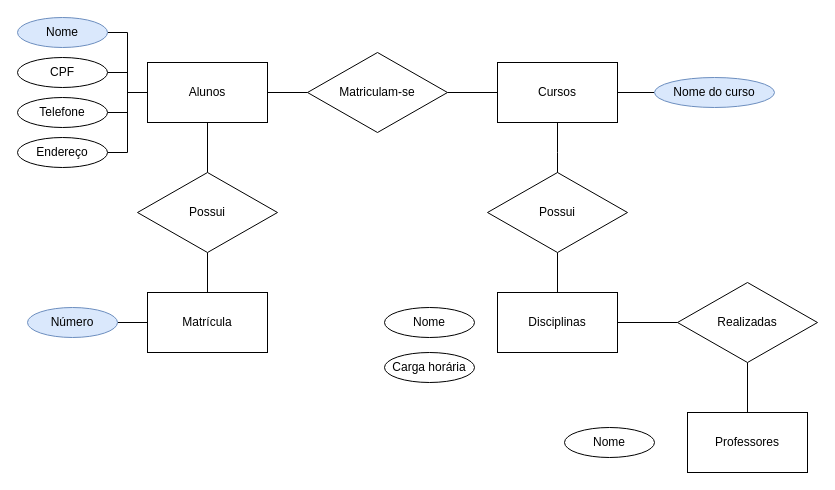
Earlier version of the draw.io diagram exercicio29-08.drawio (jruckl/exercicios_bancodedados1). Source tidied: cells renumbered, new cells numbered last; positions are measured from the earlier drawing's top-left corner, leaving out a move shared by most shapes. Both pictures are drawn from the tidied source at 100%, with x=0, y=0 at pixel (17, 17).
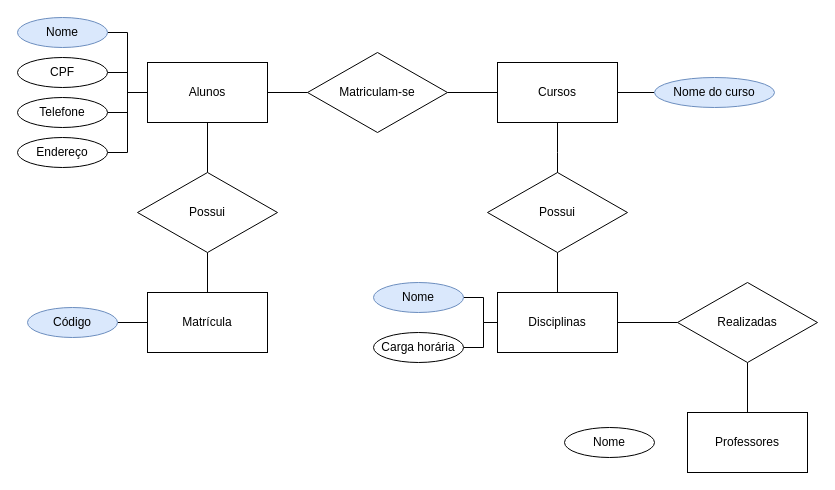
The same page after the edit.

Unchanged cells that the change refers to:
```xml
<mxCell id="10" value="Disciplinas" style="rounded=0;whiteSpace=wrap;html=1;" parent="1" vertex="1">
  <mxGeometry x="480" y="275" width="120" height="60" as="geometry" />
</mxCell>
```

Change to the diagram source:
```diff
@@
-    <mxCell id="23" value="Número" style="ellipse;whiteSpace=wrap;html=1;fillColor=#dae8fc;strokeColor=#6c8ebf;" parent="1" vertex="1">
+    <mxCell id="23" value="Código" style="ellipse;whiteSpace=wrap;html=1;fillColor=#dae8fc;strokeColor=#6c8ebf;" parent="1" vertex="1">
       <mxGeometry x="10" y="290" width="90" height="30" as="geometry" />
     </mxCell>
@@
+    <mxCell id="34" style="edgeStyle=orthogonalEdgeStyle;rounded=0;jettySize=auto;html=1;exitX=1;exitY=0.5;exitDx=0;exitDy=0;entryX=0;entryY=0.5;entryDx=0;entryDy=0;endArrow=none;endFill=0;" parent="1" edge="1" source="31" target="10">
+      <mxGeometry relative="1" as="geometry" />
+    </mxCell>
-    <mxCell id="31" value="Nome" style="ellipse;whiteSpace=wrap;html=1;" parent="1" vertex="1">
-      <mxGeometry x="367" y="290" width="90" height="30" as="geometry" />
+    <mxCell id="31" value="Nome" style="ellipse;whiteSpace=wrap;html=1;fillColor=#dae8fc;strokeColor=#6c8ebf;" parent="1" vertex="1">
+      <mxGeometry x="356" y="265" width="90" height="30" as="geometry" />
     </mxCell>
+    <mxCell id="33" value="Nome" style="ellipse;whiteSpace=wrap;html=1;" parent="1" vertex="1">
+      <mxGeometry x="547" y="410" width="90" height="30" as="geometry" />
+    </mxCell>
+    <mxCell id="35" style="edgeStyle=orthogonalEdgeStyle;rounded=0;jettySize=auto;html=1;exitX=1;exitY=0.5;exitDx=0;exitDy=0;entryX=0;entryY=0.5;entryDx=0;entryDy=0;endArrow=none;endFill=0;" parent="1" edge="1" source="32" target="10">
+      <mxGeometry relative="1" as="geometry" />
+    </mxCell>
     <mxCell id="32" value="Carga horária" style="ellipse;whiteSpace=wrap;html=1;" parent="1" vertex="1">
-      <mxGeometry x="367" y="335" width="90" height="30" as="geometry" />
+      <mxGeometry x="356" y="315" width="90" height="30" as="geometry" />
     </mxCell>
-    <mxCell id="33" value="Nome" style="ellipse;whiteSpace=wrap;html=1;" parent="1" vertex="1">
-      <mxGeometry x="547" y="410" width="90" height="30" as="geometry" />
-    </mxCell>
```
